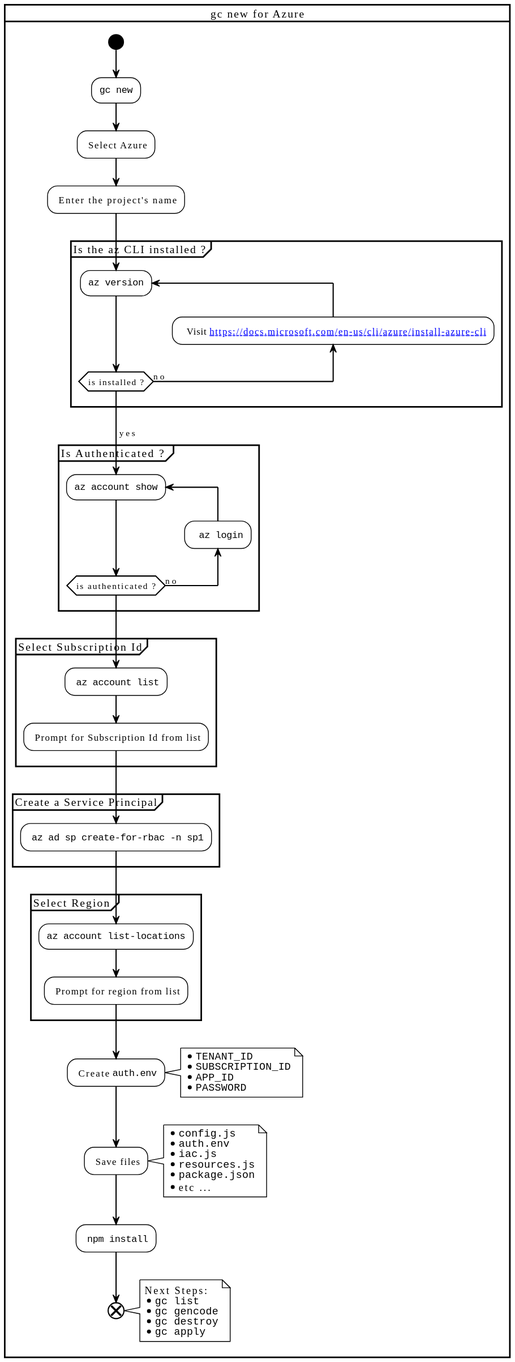
grucloud/grucloud keeps this PlantUML diagram as docusaurus/plantuml/gc-new-azure.svg. Above is the earlier version.
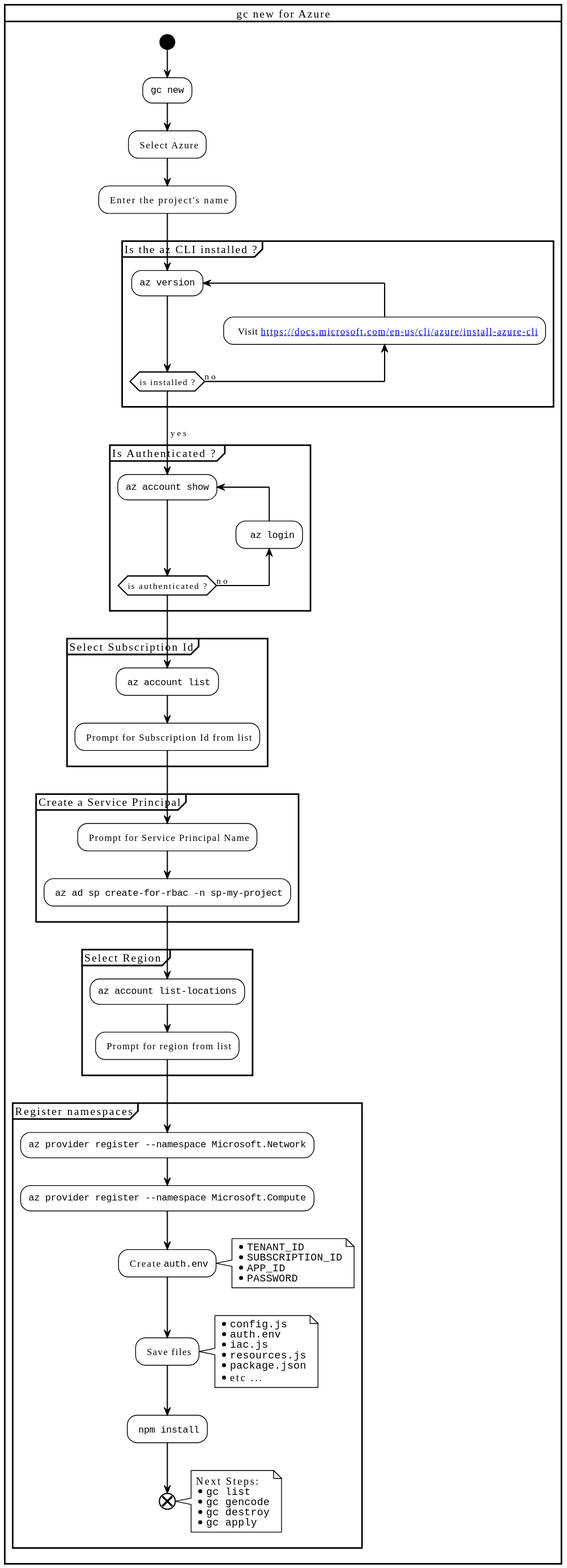
After the change.

The edit, as a diff of the source:
```diff
@@ -33,13 +33,18 @@
 }
 
 partition "Create a Service Principal" {
-: ""az ad sp create-for-rbac -n sp1"";
+: Prompt for Service Principal Name;
+: ""az ad sp create-for-rbac -n sp-my-project"";
 }
 
 partition "Select Region " {
   :""az account list-locations"";
 : Prompt for region from list;
 }
+
+partition "Register namespaces" {
+:""az provider register --namespace Microsoft.Network"";
+:""az provider register --namespace Microsoft.Compute"";
 
 : Create ""auth.env"";
 note right
```
